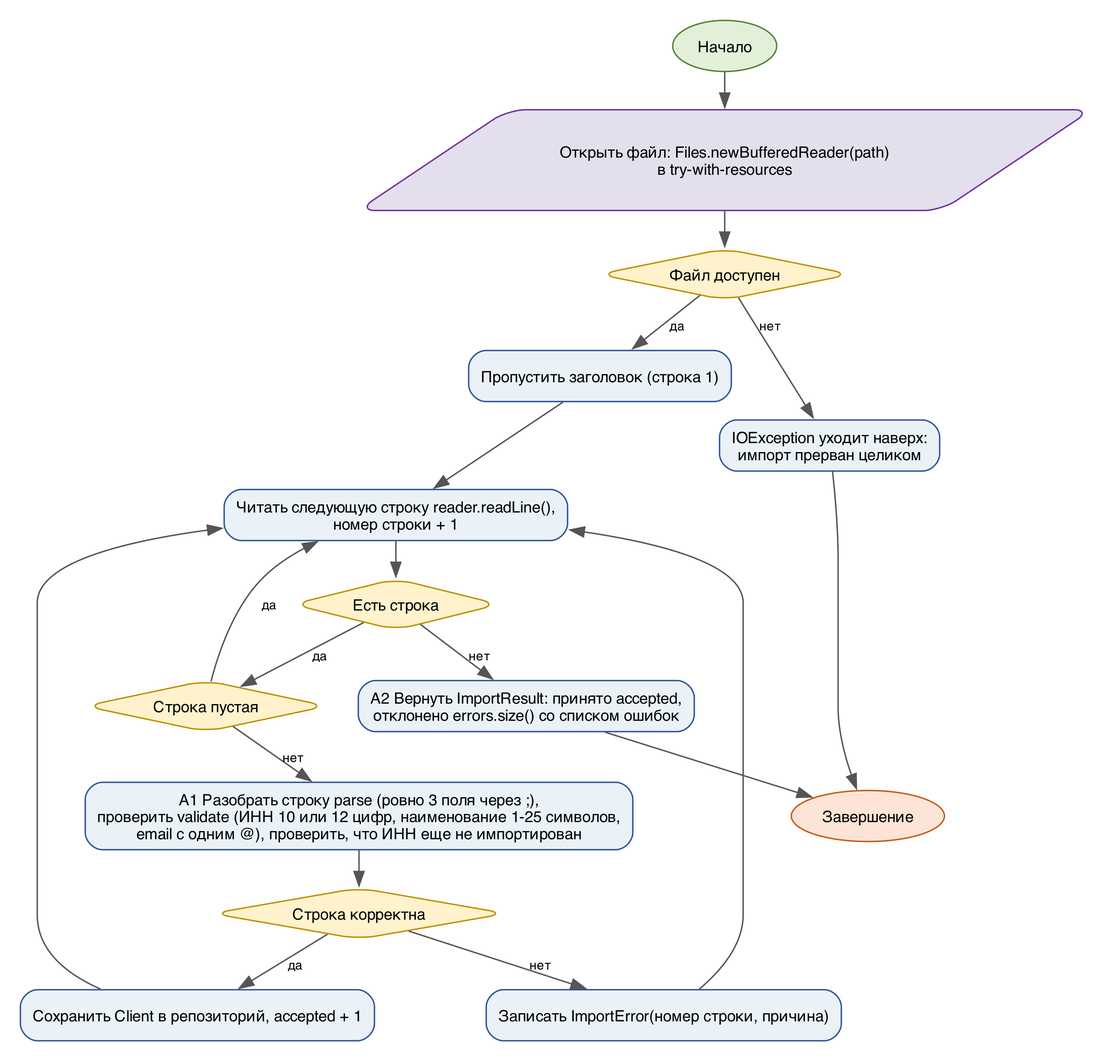
The Graphviz diagram diagrams/activity.png in svpeditor/pr11-klimashevskiy-da, before a commit. Its source is kept beside it as diagrams/activity.dot. Its diagram source:
```dot
digraph G {
graph [rankdir=TB, bgcolor="white", pad=0.2, nodesep=0.3, ranksep=0.35];
node [shape=box, style="rounded,filled", fontname="Times New Roman", fontsize=11, color="#2F5597", fillcolor="#EAF2F8", margin="0.12,0.08"];
edge [fontname="Times New Roman", fontsize=9, color="#555555"];
start [label="Начало", shape=oval, fillcolor="#E2F0D9", color="#548235"];
end [label="Завершение", shape=oval, fillcolor="#FCE4D6", color="#C65911"];
n1 [label="Открыть файл: Files.newBufferedReader(path)\nв try-with-resources" ,shape=parallelogram,fillcolor="#E4DFEC",color="#7030A0"];
n2 [label="Файл доступен" ,shape=diamond,fillcolor="#FFF2CC",color="#BF9000"];
n2b [label="Пропустить заголовок (строка 1)"];
n3 [label="Читать следующую строку reader.readLine(),\nномер строки + 1"];
n4 [label="Есть строка" ,shape=diamond,fillcolor="#FFF2CC",color="#BF9000"];
n4b [label="Строка пустая" ,shape=diamond,fillcolor="#FFF2CC",color="#BF9000"];
n5 [label="A1 Разобрать строку parse (ровно 3 поля через ;),\nпроверить validate (ИНН 10 или 12 цифр, наименование 1-25 символов,\nemail с одним @), проверить, что ИНН еще не импортирован"];
n6 [label="Строка корректна" ,shape=diamond,fillcolor="#FFF2CC",color="#BF9000"];
n7 [label="Сохранить Client в репозиторий, accepted + 1"];
n8 [label="Записать ImportError(номер строки, причина)"];
n9 [label="A2 Вернуть ImportResult: принято accepted,\nотклонено errors.size() со списком ошибок"];
n10 [label="IOException уходит наверх:\nимпорт прерван целиком"];
start -> n1;
n1 -> n2;
n2 -> n2b [label="да"];
n2 -> n10 [label="нет"];
n2b -> n3;
n3 -> n4;
n4 -> n4b [label="да"];
n4 -> n9 [label="нет"];
n4b -> n3 [label="да"];
n4b -> n5 [label="нет"];
n5 -> n6;
n6 -> n7 [label="да"];
n6 -> n8 [label="нет"];
n7 -> n3;
n8 -> n3;
n9 -> end;
n10 -> end;
}
```
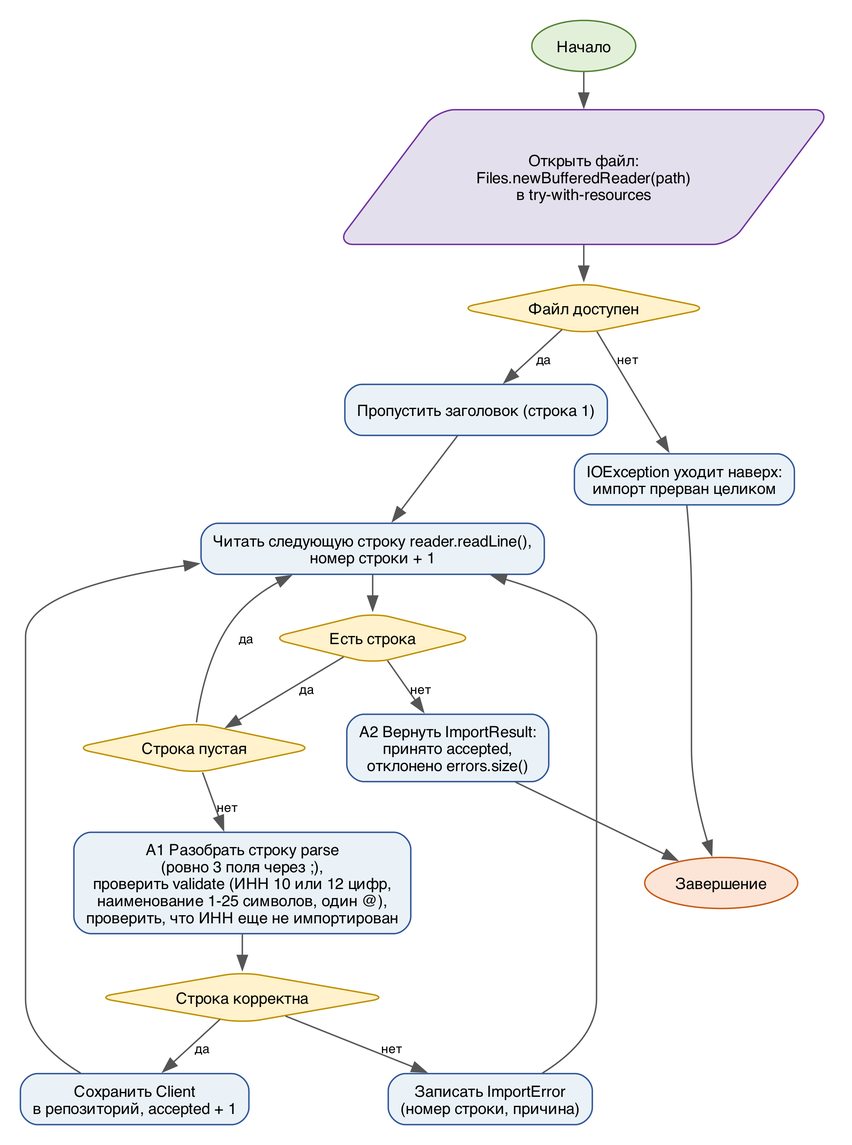
After the change.

Commit message:
Диаграмма activity: короче подписи, отчет обновлен

Change to the diagram source:
```diff
@@ -4,17 +4,17 @@
 edge [fontname="Times New Roman", fontsize=9, color="#555555"];
 start [label="Начало", shape=oval, fillcolor="#E2F0D9", color="#548235"];
 end [label="Завершение", shape=oval, fillcolor="#FCE4D6", color="#C65911"];
-n1 [label="Открыть файл: Files.newBufferedReader(path)\nв try-with-resources" ,shape=parallelogram,fillcolor="#E4DFEC",color="#7030A0"];
+n1 [label="Открыть файл:\nFiles.newBufferedReader(path)\nв try-with-resources" ,shape=parallelogram,fillcolor="#E4DFEC",color="#7030A0"];
 n2 [label="Файл доступен" ,shape=diamond,fillcolor="#FFF2CC",color="#BF9000"];
 n2b [label="Пропустить заголовок (строка 1)"];
 n3 [label="Читать следующую строку reader.readLine(),\nномер строки + 1"];
 n4 [label="Есть строка" ,shape=diamond,fillcolor="#FFF2CC",color="#BF9000"];
 n4b [label="Строка пустая" ,shape=diamond,fillcolor="#FFF2CC",color="#BF9000"];
-n5 [label="A1 Разобрать строку parse (ровно 3 поля через ;),\nпроверить validate (ИНН 10 или 12 цифр, наименование 1-25 символов,\nemail с одним @), проверить, что ИНН еще не импортирован"];
+n5 [label="A1 Разобрать строку parse\n(ровно 3 поля через ;),\nпроверить validate (ИНН 10 или 12 цифр,\nнаименование 1-25 символов, один @),\nпроверить, что ИНН еще не импортирован"];
 n6 [label="Строка корректна" ,shape=diamond,fillcolor="#FFF2CC",color="#BF9000"];
-n7 [label="Сохранить Client в репозиторий, accepted + 1"];
-n8 [label="Записать ImportError(номер строки, причина)"];
-n9 [label="A2 Вернуть ImportResult: принято accepted,\nотклонено errors.size() со списком ошибок"];
+n7 [label="Сохранить Client\nв репозиторий, accepted + 1"];
+n8 [label="Записать ImportError\n(номер строки, причина)"];
+n9 [label="A2 Вернуть ImportResult:\nпринято accepted,\nотклонено errors.size()"];
 n10 [label="IOException уходит наверх:\nимпорт прерван целиком"];
 start -> n1;
 n1 -> n2;
```
